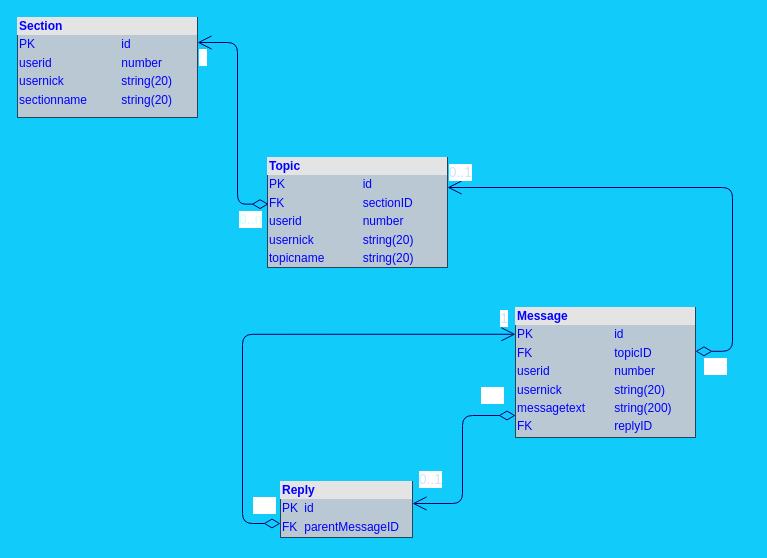
theotheo46/react keeps this draw.io diagram as diagramms/er.drawio. Above is the earlier version. Source tidied: cells renumbered, new cells numbered last; positions are measured from the earlier drawing's top-left corner, leaving out a move shared by most shapes. Both pictures are drawn from the tidied source at 100%, with x=0, y=0 at pixel (17, 17).
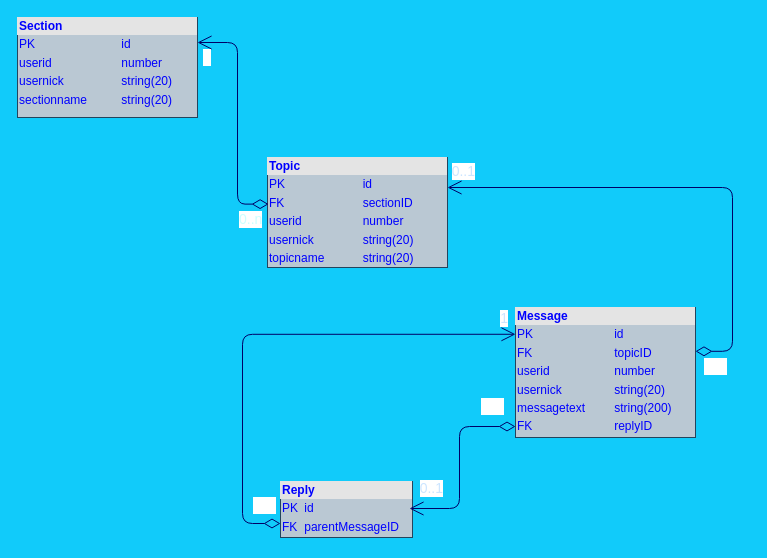
The same page after the edit.

The change refers to these unchanged cells:
```xml
<mxCell id="4" style="endArrow=open;html=1;endSize=12;startArrow=diamondThin;startSize=14;startFill=0;edgeStyle=orthogonalEdgeStyle;fontColor=#0000FF;strokeColor=#000066;entryX=1;entryY=0.25;entryDx=0;entryDy=0;exitX=0.006;exitY=0.424;exitDx=0;exitDy=0;exitPerimeter=0;" parent="1" edge="1" source="3" target="2">
  <mxGeometry x="0.18" relative="1" as="geometry">
    <Array as="points">
      <mxPoint x="220" y="187" />
      <mxPoint x="220" y="25" />
    </Array>
  </mxGeometry>
</mxCell>
<mxCell id="7" value="&lt;div style=&quot;box-sizing:border-box;width:100%;background:#e4e4e4;padding:2px;&quot;&gt;&lt;font color=&quot;#0000ff&quot;&gt;&lt;b&gt;Message&lt;/b&gt;&lt;/font&gt;&lt;/div&gt;&lt;table style=&quot;width:100%;font-size:1em;&quot; cellpadding=&quot;2&quot; cellspacing=&quot;0&quot;&gt;&lt;tbody&gt;&lt;tr&gt;&lt;td&gt;&lt;font color=&quot;#0000ff&quot;&gt;PK&lt;/font&gt;&lt;/td&gt;&lt;td&gt;&lt;font color=&quot;#0000ff&quot;&gt;id&lt;/font&gt;&lt;/td&gt;&lt;/tr&gt;&lt;tr&gt;&lt;td&gt;&lt;font color=&quot;#0000ff&quot;&gt;FK&lt;/font&gt;&lt;/td&gt;&lt;td&gt;&lt;font color=&quot;#0000ff&quot;&gt;topicID&lt;/font&gt;&lt;/td&gt;&lt;/tr&gt;&lt;tr&gt;&lt;td&gt;&lt;font color=&quot;#0000ff&quot;&gt;userid&lt;/font&gt;&lt;/td&gt;&lt;td&gt;&lt;font color=&quot;#0000ff&quot;&gt;number&lt;/font&gt;&lt;/td&gt;&lt;/tr&gt;&lt;tr&gt;&lt;td&gt;&lt;span style=&quot;color: rgb(0, 0, 255);&quot;&gt;usernick&lt;/span&gt;&lt;br&gt;&lt;/td&gt;&lt;td&gt;&lt;font color=&quot;#0000ff&quot;&gt;string(20)&lt;/font&gt;&lt;/td&gt;&lt;/tr&gt;&lt;tr&gt;&lt;td&gt;&lt;font color=&quot;#0000ff&quot;&gt;messagetext&lt;/font&gt;&lt;/td&gt;&lt;td&gt;&lt;span style=&quot;color: rgb(0, 0, 255);&quot;&gt;string(200)&lt;/span&gt;&lt;br&gt;&lt;/td&gt;&lt;/tr&gt;&lt;tr&gt;&lt;td&gt;&lt;font color=&quot;#0000ff&quot;&gt;FK&lt;/font&gt;&lt;/td&gt;&lt;td&gt;&lt;font color=&quot;#0000ff&quot;&gt;replyID&lt;/font&gt;&lt;/td&gt;&lt;/tr&gt;&lt;tr&gt;&lt;td&gt;&lt;br&gt;&lt;/td&gt;&lt;td&gt;&lt;br&gt;&lt;/td&gt;&lt;/tr&gt;&lt;tr&gt;&lt;td&gt;&lt;br&gt;&lt;/td&gt;&lt;td&gt;&lt;br&gt;&lt;/td&gt;&lt;/tr&gt;&lt;tr&gt;&lt;td&gt;&lt;br&gt;&lt;/td&gt;&lt;td&gt;&lt;br&gt;&lt;/td&gt;&lt;/tr&gt;&lt;/tbody&gt;&lt;/table&gt;" style="verticalAlign=top;align=left;overflow=fill;html=1;fillColor=#bac8d3;strokeColor=#23445d;" parent="1" vertex="1">
  <mxGeometry x="498" y="290" width="180" height="130" as="geometry" />
</mxCell>
<mxCell id="8" style="endArrow=open;html=1;endSize=12;startArrow=diamondThin;startSize=14;startFill=0;edgeStyle=orthogonalEdgeStyle;fontColor=#0000FF;strokeColor=#000066;entryX=1;entryY=0.25;entryDx=0;entryDy=0;exitX=1;exitY=0.337;exitDx=0;exitDy=0;exitPerimeter=0;" parent="1" edge="1" source="7">
  <mxGeometry x="0.18" relative="1" as="geometry">
    <mxPoint x="430" y="170" as="targetPoint" />
    <Array as="points">
      <mxPoint x="715" y="334" />
      <mxPoint x="715" y="170" />
    </Array>
  </mxGeometry>
</mxCell>
```

What changed in the source:
```diff
@@
     <mxCell id="6" value="&lt;font color=&quot;#ffffff&quot; style=&quot;font-size: 14px;&quot;&gt;1&lt;/font&gt;" style="edgeLabel;html=1;align=right;verticalAlign=top;fontColor=#0000FF;" parent="4" vertex="1">
       <mxGeometry x="1" relative="1" as="geometry">
-        <mxPoint x="10" as="offset" />
+        <mxPoint x="14" as="offset" />
       </mxGeometry>
     </mxCell>
@@
     <mxCell id="10" value="&lt;font color=&quot;#cce5ff&quot; style=&quot;font-size: 14px;&quot;&gt;0..1&lt;/font&gt;" style="edgeLabel;html=1;align=right;verticalAlign=top;fontColor=#0000FF;" parent="8" vertex="1">
       <mxGeometry x="1" relative="1" as="geometry">
-        <mxPoint x="25" y="-30" as="offset" />
+        <mxPoint x="28" y="-31" as="offset" />
       </mxGeometry>
     </mxCell>
@@
-    <mxCell id="12" style="endArrow=open;html=1;endSize=12;startArrow=diamondThin;startSize=14;startFill=0;edgeStyle=orthogonalEdgeStyle;fontColor=#0000FF;strokeColor=#000066;" parent="1" edge="1">
+    <mxCell id="12" style="endArrow=open;html=1;endSize=12;startArrow=diamondThin;startSize=14;startFill=0;edgeStyle=orthogonalEdgeStyle;fontColor=#0000FF;strokeColor=#000066;" parent="1" edge="1" source="7">
       <mxGeometry x="0.18" relative="1" as="geometry">
-        <mxPoint x="498" y="398" as="sourcePoint" />
-        <mxPoint x="395" y="486" as="targetPoint" />
+        <mxPoint x="392" y="491" as="targetPoint" />
         <Array as="points">
-          <mxPoint x="445" y="398" />
-          <mxPoint x="445" y="486" />
+          <mxPoint x="442" y="409" />
+          <mxPoint x="442" y="491" />
         </Array>
       </mxGeometry>
     </mxCell>
@@
     <mxCell id="14" value="&lt;font color=&quot;#cce5ff&quot; style=&quot;font-size: 14px;&quot;&gt;0..1&lt;/font&gt;" style="edgeLabel;html=1;align=right;verticalAlign=top;fontColor=#0000FF;" parent="12" vertex="1">
       <mxGeometry x="1" relative="1" as="geometry">
-        <mxPoint x="30" y="-39" as="offset" />
+        <mxPoint x="34" y="-35" as="offset" />
       </mxGeometry>
     </mxCell>
```
